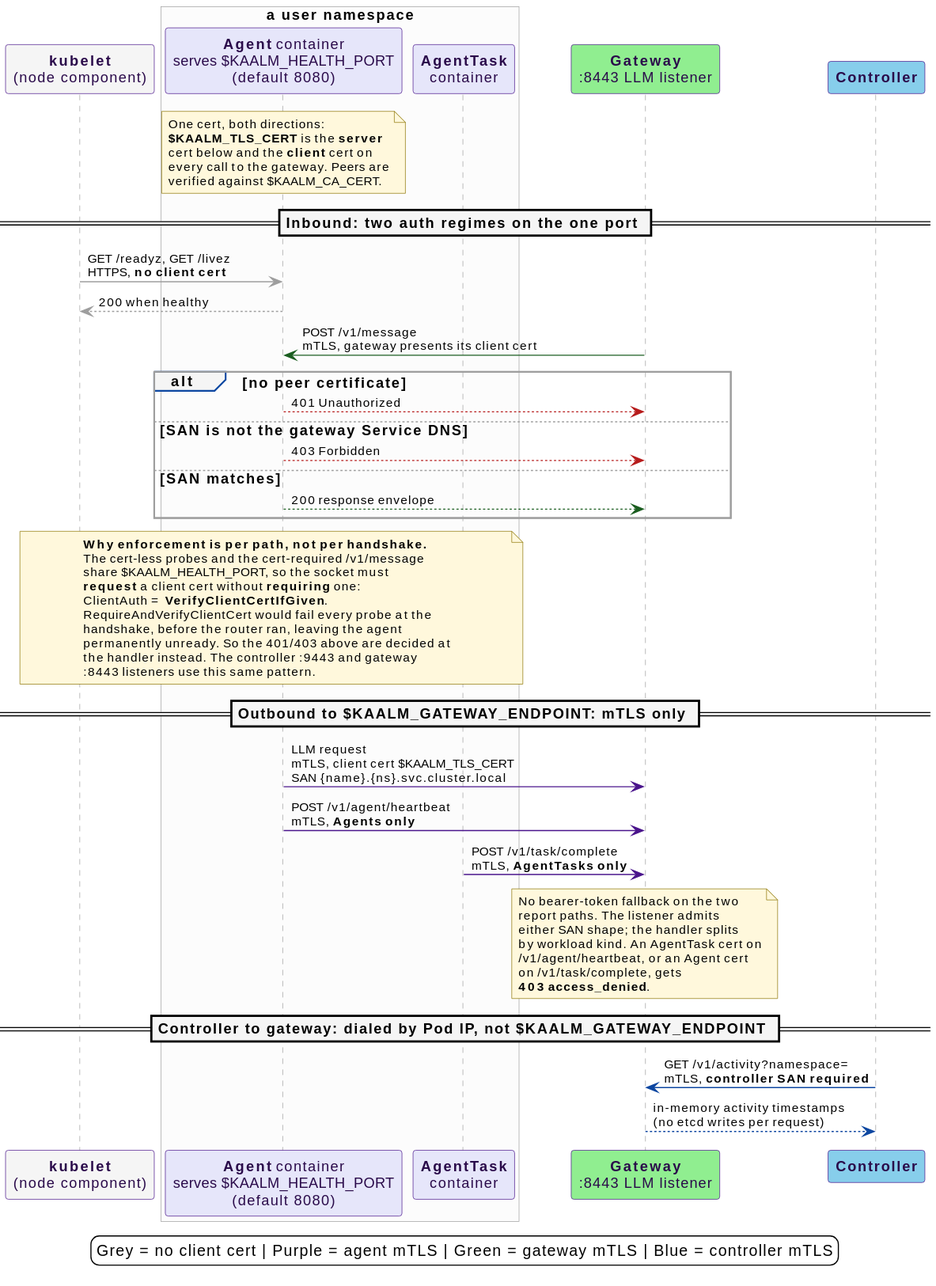
Before: docs/src/diagrams/agent-gateway-comms.svg, a diagram exported from PlantUML (win07xp/kaalm).
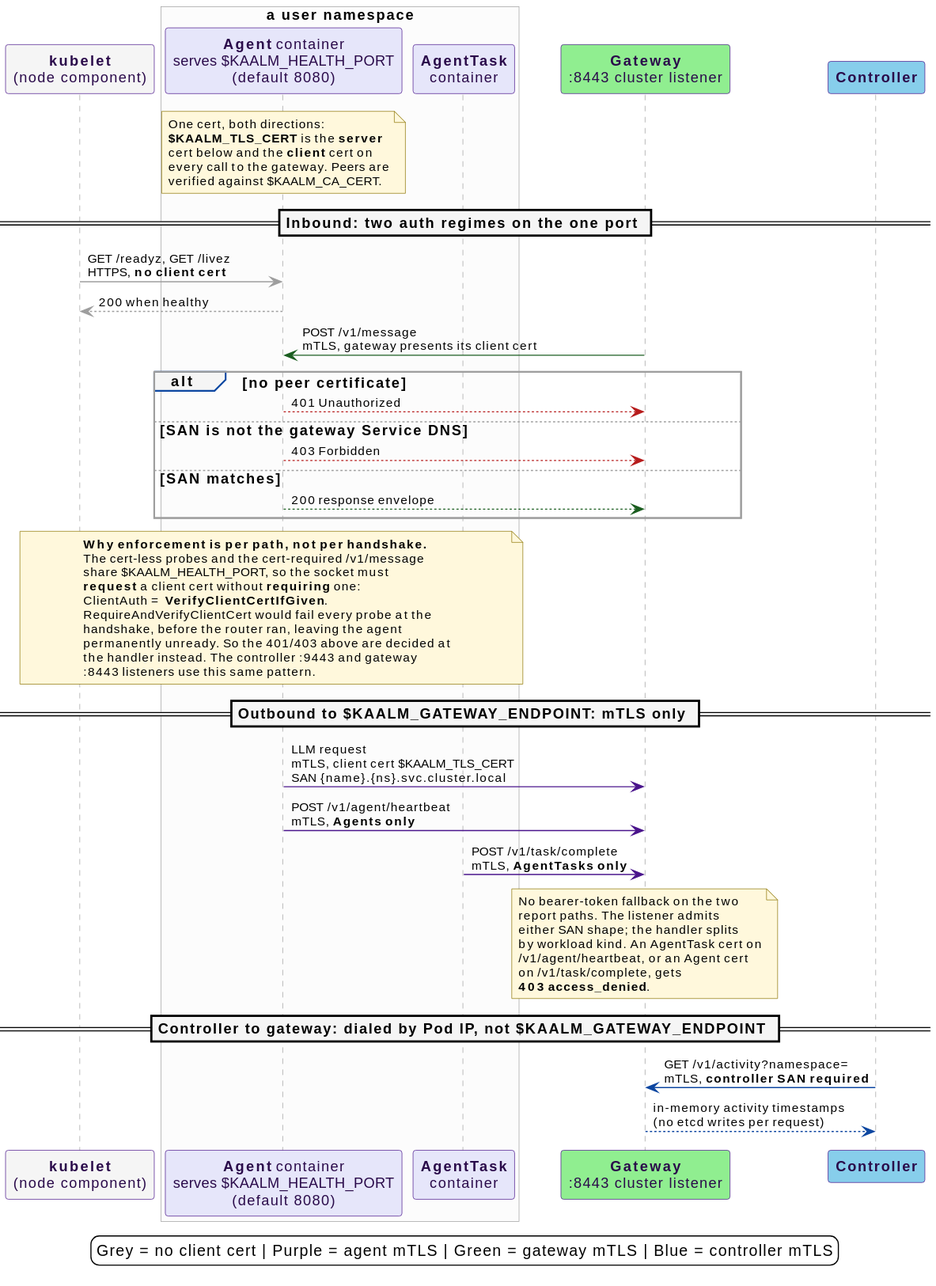
Above is the later version.

The edit, as a diff of the source:
```diff
@@ -10,7 +10,7 @@
   participant "**AgentTask**\ncontainer" as task $agentBg
 end box
 
-participant "**Gateway**\n:8443 LLM listener" as gw $gwBg
+participant "**Gateway**\n:8443 cluster listener" as gw $gwBg
 participant "**Controller**" as ctrl $ctrlBg
 
 note over agent
```
